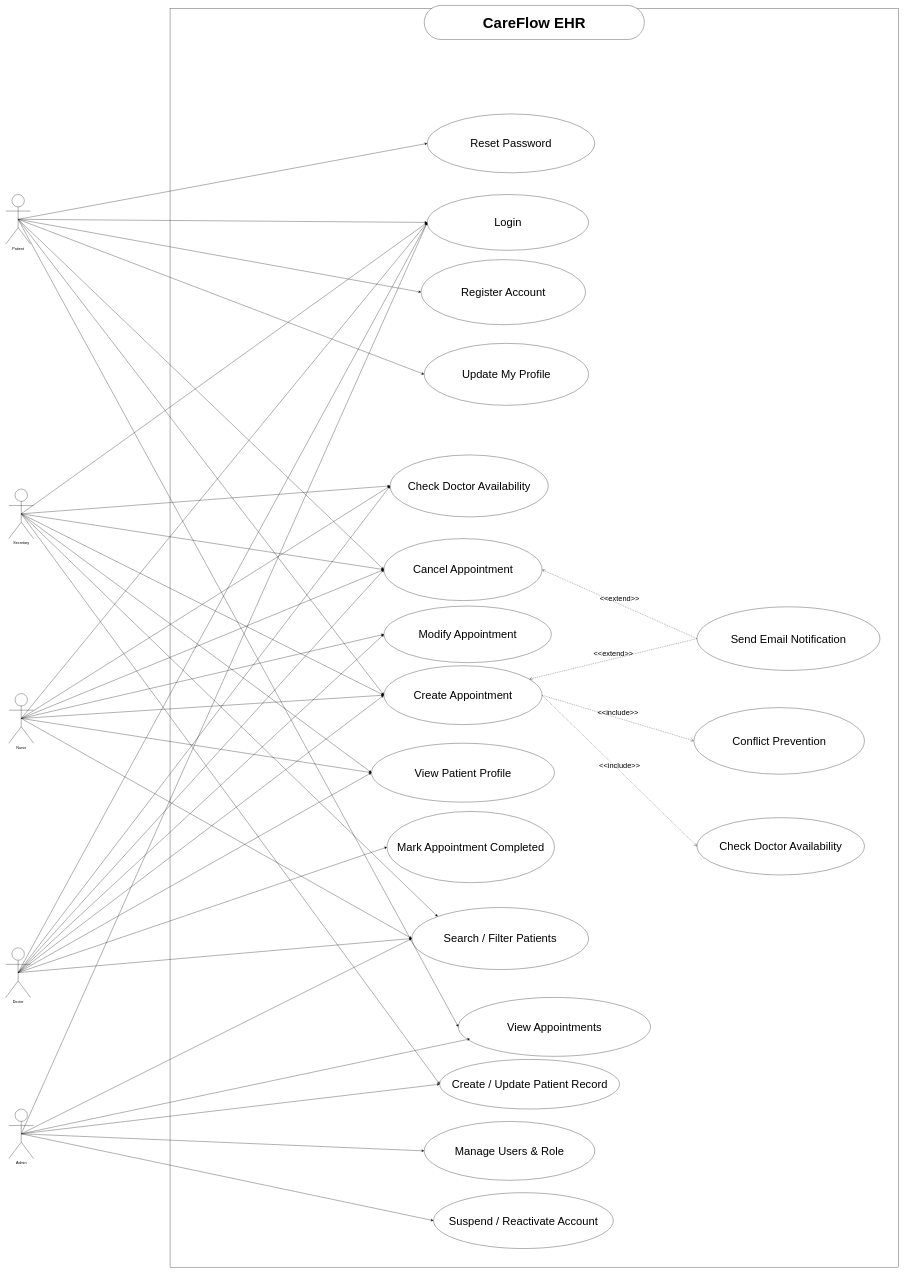
jaafarhamza/CareFlow-EHR keeps this draw.io diagram as UML/Use Case Diagram.dio. Above is the earlier version. Source tidied: cells renumbered, new cells numbered last; positions are measured from the earlier drawing's top-left corner, leaving out a move shared by most shapes. Both pictures are drawn from the tidied source at 31%, with x=0, y=0 at pixel (6, 5).
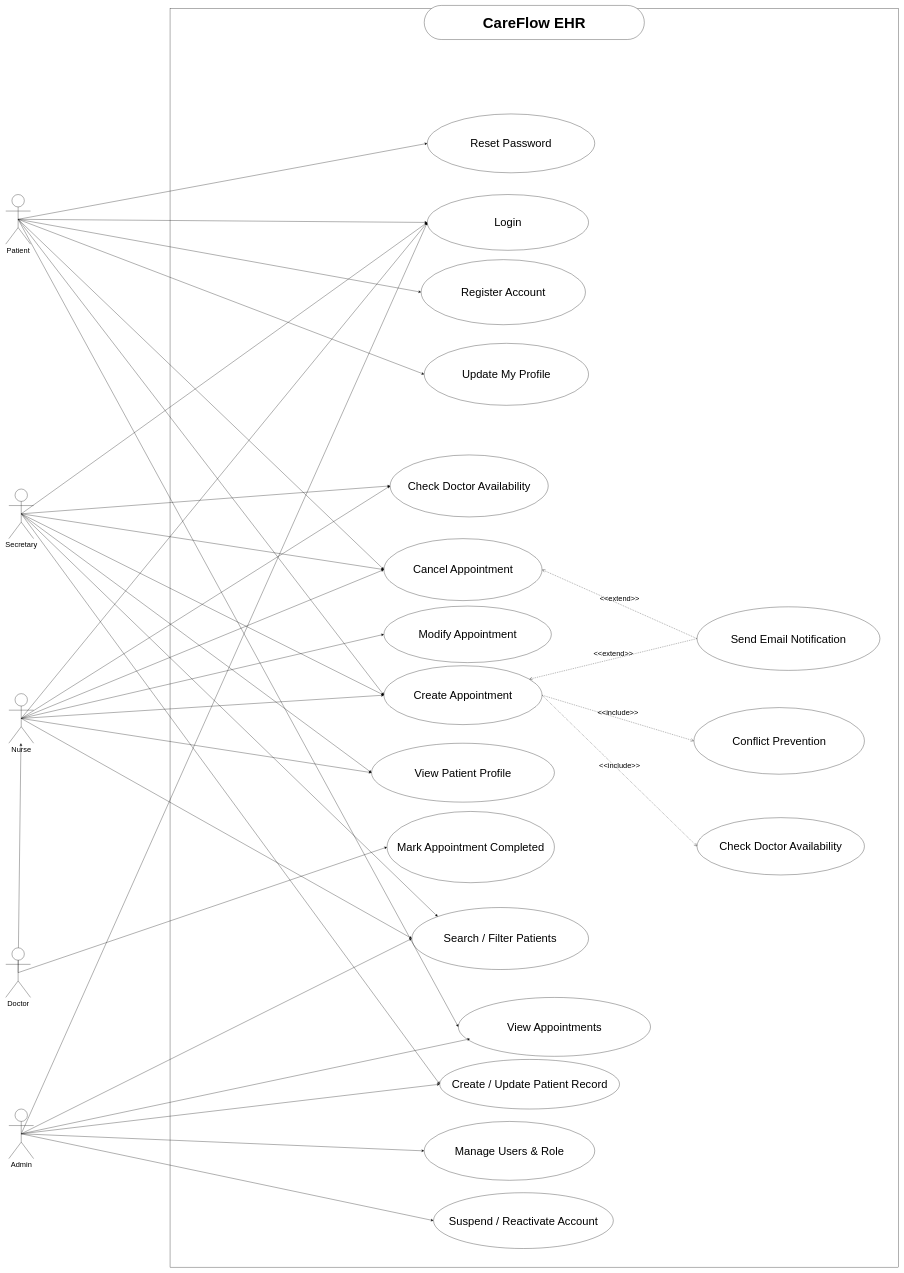
The same page after the edit.

Commit message (it also covers changes not shown here):
update the class Diagramm

The change refers to these unchanged cells:
```xml
<mxCell id="21" value="&lt;font style=&quot;font-size: 36px;&quot;&gt;Search / Filter Patients&lt;/font&gt;" style="ellipse;whiteSpace=wrap;html=1;" parent="1" vertex="1">
  <mxGeometry x="1310" y="2910" width="570" height="200" as="geometry" />
</mxCell>
<mxCell id="24" value="&lt;font style=&quot;font-size: 36px;&quot;&gt;View Patient Profile&lt;/font&gt;" style="ellipse;whiteSpace=wrap;html=1;" parent="1" vertex="1">
  <mxGeometry x="1180" y="2380" width="590" height="190" as="geometry" />
</mxCell>
<mxCell id="25" value="&lt;font style=&quot;font-size: 36px;&quot;&gt;Create Appointment&lt;/font&gt;" style="ellipse;whiteSpace=wrap;html=1;" parent="1" vertex="1">
  <mxGeometry x="1220" y="2130" width="510" height="190" as="geometry" />
</mxCell>
<mxCell id="26" value="&lt;font style=&quot;font-size: 36px;&quot;&gt;Modify Appointment&lt;/font&gt;" style="ellipse;whiteSpace=wrap;html=1;" parent="1" vertex="1">
  <mxGeometry x="1220" y="1937.5" width="540" height="182.5" as="geometry" />
</mxCell>
<mxCell id="27" value="&lt;font style=&quot;font-size: 36px;&quot;&gt;Cancel Appointment&lt;/font&gt;" style="ellipse;whiteSpace=wrap;html=1;" parent="1" vertex="1">
  <mxGeometry x="1220" y="1720" width="510" height="200" as="geometry" />
</mxCell>
<mxCell id="28" value="&lt;font style=&quot;font-size: 36px;&quot;&gt;Check Doctor Availability&lt;/font&gt;" style="ellipse;whiteSpace=wrap;html=1;" parent="1" vertex="1">
  <mxGeometry x="1240" y="1450" width="510" height="200" as="geometry" />
</mxCell>
<mxCell id="56" value="&lt;font style=&quot;font-size: 36px;&quot;&gt;Login&lt;/font&gt;" style="ellipse;whiteSpace=wrap;html=1;" parent="1" vertex="1">
  <mxGeometry x="1360" y="610" width="520" height="180" as="geometry" />
</mxCell>
```

Change to the diagram source:
```diff
@@
-    <mxCell id="8" value="Admin" style="shape=umlActor;verticalLabelPosition=bottom;verticalAlign=top;html=1;" parent="1" vertex="1">
+    <mxCell id="8" value="&lt;font style=&quot;font-size: 24px;&quot;&gt;Admin&lt;/font&gt;" style="shape=umlActor;verticalLabelPosition=bottom;verticalAlign=top;html=1;" parent="1" vertex="1">
       <mxGeometry x="10" y="3560" width="80" height="160" as="geometry" />
     </mxCell>
-    <mxCell id="9" style="edgeStyle=none;html=1;exitX=0.5;exitY=0.5;exitDx=0;exitDy=0;exitPerimeter=0;entryX=0;entryY=0.5;entryDx=0;entryDy=0;" parent="1" edge="1" source="16" target="27">
-      <mxGeometry relative="1" as="geometry" />
-    </mxCell>
-    <mxCell id="10" style="edgeStyle=none;html=1;exitX=0.5;exitY=0.5;exitDx=0;exitDy=0;exitPerimeter=0;entryX=0;entryY=0.5;entryDx=0;entryDy=0;" parent="1" edge="1" source="16" target="26">
-      <mxGeometry relative="1" as="geometry" />
-    </mxCell>
-    <mxCell id="11" style="edgeStyle=none;html=1;exitX=0.5;exitY=0.5;exitDx=0;exitDy=0;exitPerimeter=0;entryX=0;entryY=0.5;entryDx=0;entryDy=0;" parent="1" edge="1" source="16" target="25">
-      <mxGeometry relative="1" as="geometry" />
-    </mxCell>
-    <mxCell id="12" style="edgeStyle=none;html=1;exitX=0.5;exitY=0.5;exitDx=0;exitDy=0;exitPerimeter=0;entryX=0;entryY=0.5;entryDx=0;entryDy=0;" parent="1" edge="1" source="16" target="24">
-      <mxGeometry relative="1" as="geometry" />
-    </mxCell>
@@
-    <mxCell id="14" style="edgeStyle=none;html=1;exitX=0.5;exitY=0.5;exitDx=0;exitDy=0;exitPerimeter=0;entryX=0;entryY=0.5;entryDx=0;entryDy=0;" parent="1" edge="1" source="16" target="21">
-      <mxGeometry relative="1" as="geometry" />
-    </mxCell>
-    <mxCell id="15" style="edgeStyle=none;html=1;exitX=0.5;exitY=0.5;exitDx=0;exitDy=0;exitPerimeter=0;entryX=0;entryY=0.5;entryDx=0;entryDy=0;" parent="1" edge="1" source="16" target="56">
-      <mxGeometry relative="1" as="geometry" />
-    </mxCell>
+    <mxCell id="66" style="edgeStyle=none;html=1;exitX=0.5;exitY=0.5;exitDx=0;exitDy=0;exitPerimeter=0;" parent="1" edge="1" source="16" target="37">
+      <mxGeometry relative="1" as="geometry" />
+    </mxCell>
-    <mxCell id="16" value="Doctor" style="shape=umlActor;verticalLabelPosition=bottom;verticalAlign=top;html=1;" parent="1" vertex="1">
+    <mxCell id="16" value="&lt;font style=&quot;font-size: 24px;&quot;&gt;Doctor&lt;/font&gt;" style="shape=umlActor;verticalLabelPosition=bottom;verticalAlign=top;html=1;" parent="1" vertex="1">
       <mxGeometry y="3040" width="80" height="160" as="geometry" />
     </mxCell>
@@
-    <mxCell id="29" style="edgeStyle=none;html=1;exitX=0.5;exitY=0.5;exitDx=0;exitDy=0;exitPerimeter=0;entryX=0;entryY=0.5;entryDx=0;entryDy=0;" parent="1" edge="1" source="16" target="28">
-      <mxGeometry relative="1" as="geometry" />
-    </mxCell>
@@
-    <mxCell id="37" value="Nurse" style="shape=umlActor;verticalLabelPosition=bottom;verticalAlign=top;html=1;" parent="1" vertex="1">
+    <mxCell id="37" value="&lt;font style=&quot;font-size: 24px;&quot;&gt;Nurse&lt;/font&gt;" style="shape=umlActor;verticalLabelPosition=bottom;verticalAlign=top;html=1;" parent="1" vertex="1">
       <mxGeometry x="10" y="2220" width="80" height="160" as="geometry" />
     </mxCell>
@@
-    <mxCell id="45" value="Secretary" style="shape=umlActor;verticalLabelPosition=bottom;verticalAlign=top;html=1;" parent="1" vertex="1">
+    <mxCell id="45" value="&lt;font style=&quot;font-size: 24px;&quot;&gt;Secretary&lt;/font&gt;" style="shape=umlActor;verticalLabelPosition=bottom;verticalAlign=top;html=1;" parent="1" vertex="1">
       <mxGeometry x="10" y="1560" width="80" height="160" as="geometry" />
     </mxCell>
@@
-    <mxCell id="53" value="Patient" style="shape=umlActor;verticalLabelPosition=bottom;verticalAlign=top;html=1;" parent="1" vertex="1">
+    <mxCell id="53" value="&lt;font style=&quot;font-size: 24px;&quot;&gt;Patient&lt;/font&gt;" style="shape=umlActor;verticalLabelPosition=bottom;verticalAlign=top;html=1;" parent="1" vertex="1">
       <mxGeometry y="610" width="80" height="160" as="geometry" />
     </mxCell>
```
